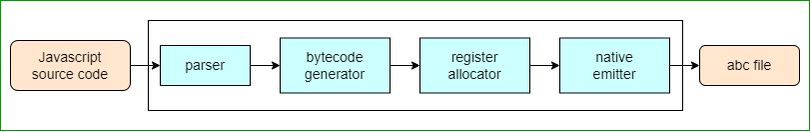
Above: figures/en-us_image_ets_frontend_arch.png in linshaoxin-maker/arkcompiler_ets_frontend (draw.io), before the change. Source tidied: cells renumbered, new cells last; positions are measured from the earlier drawing's top-left corner, leaving out a move shared by most shapes. The source it was exported from:
```xml
<mxGraphModel>
  <root>
    <mxCell id="0" />
    <mxCell id="1" parent="0" />
    <mxCell id="2" style="rounded=0;whiteSpace=wrap;html=1;fontSize=14;strokeColor=#009900;" parent="1" vertex="1">
      <mxGeometry width="810" height="130" as="geometry" />
    </mxCell>
    <mxCell id="3" style="rounded=0;whiteSpace=wrap;html=1;fontSize=14;" parent="1" vertex="1">
      <mxGeometry x="148" y="20" width="535" height="90" as="geometry" />
    </mxCell>
    <mxCell id="4" style="edgeStyle=orthogonalEdgeStyle;rounded=0;jettySize=auto;html=1;exitX=1;exitY=0.5;exitDx=0;exitDy=0;entryX=0;entryY=0.5;entryDx=0;entryDy=0;fontSize=14;" parent="1" edge="1" source="5" target="7">
      <mxGeometry relative="1" as="geometry" />
    </mxCell>
    <mxCell id="5" value="&lt;font style=&quot;font-size: 14px;&quot;&gt;Javascript&lt;br&gt;source code&lt;/font&gt;" style="rounded=1;whiteSpace=wrap;html=1;fillColor=#FFE6CC;" parent="1" vertex="1">
      <mxGeometry x="10" y="40" width="120" height="50" as="geometry" />
    </mxCell>
    <mxCell id="6" style="edgeStyle=orthogonalEdgeStyle;rounded=0;jettySize=auto;html=1;exitX=1;exitY=0.5;exitDx=0;exitDy=0;entryX=0;entryY=0.5;entryDx=0;entryDy=0;fontSize=14;" parent="1" edge="1" source="7" target="9">
      <mxGeometry relative="1" as="geometry" />
    </mxCell>
    <mxCell id="7" value="parser" style="rounded=0;whiteSpace=wrap;html=1;fontSize=14;fillColor=#CCFFFF;" parent="1" vertex="1">
      <mxGeometry x="160" y="45" width="90" height="40" as="geometry" />
    </mxCell>
    <mxCell id="8" style="edgeStyle=orthogonalEdgeStyle;rounded=0;jettySize=auto;html=1;exitX=1;exitY=0.5;exitDx=0;exitDy=0;entryX=0;entryY=0.5;entryDx=0;entryDy=0;fontSize=14;" parent="1" edge="1" source="9" target="11">
      <mxGeometry relative="1" as="geometry" />
    </mxCell>
    <mxCell id="9" value="bytecode generator" style="rounded=0;whiteSpace=wrap;html=1;fontSize=14;fillColor=#CCFFFF;" parent="1" vertex="1">
      <mxGeometry x="280" y="37.5" width="110" height="55" as="geometry" />
    </mxCell>
    <mxCell id="10" style="edgeStyle=orthogonalEdgeStyle;rounded=0;jettySize=auto;html=1;exitX=1;exitY=0.5;exitDx=0;exitDy=0;entryX=0;entryY=0.5;entryDx=0;entryDy=0;fontSize=14;" parent="1" edge="1" source="11" target="13">
      <mxGeometry relative="1" as="geometry" />
    </mxCell>
    <mxCell id="11" value="register&lt;br&gt;allocator" style="rounded=0;whiteSpace=wrap;html=1;fontSize=14;fillColor=#CCFFFF;" parent="1" vertex="1">
      <mxGeometry x="420" y="37.5" width="110" height="55" as="geometry" />
    </mxCell>
    <mxCell id="12" style="edgeStyle=orthogonalEdgeStyle;rounded=0;jettySize=auto;html=1;exitX=1;exitY=0.5;exitDx=0;exitDy=0;entryX=0;entryY=0.5;entryDx=0;entryDy=0;fontSize=14;" parent="1" edge="1" source="13" target="14">
      <mxGeometry relative="1" as="geometry" />
    </mxCell>
    <mxCell id="13" value="native&lt;br&gt;emitter" style="rounded=0;whiteSpace=wrap;html=1;fontSize=14;fillColor=#CCFFFF;" parent="1" vertex="1">
      <mxGeometry x="560" y="37.5" width="110" height="55" as="geometry" />
    </mxCell>
    <mxCell id="14" value="&lt;span style=&quot;font-size: 14px;&quot;&gt;abc file&lt;/span&gt;" style="rounded=1;whiteSpace=wrap;html=1;fillColor=#FFE6CC;" parent="1" vertex="1">
      <mxGeometry x="700" y="45" width="100" height="40" as="geometry" />
    </mxCell>
  </root>
</mxGraphModel>
```
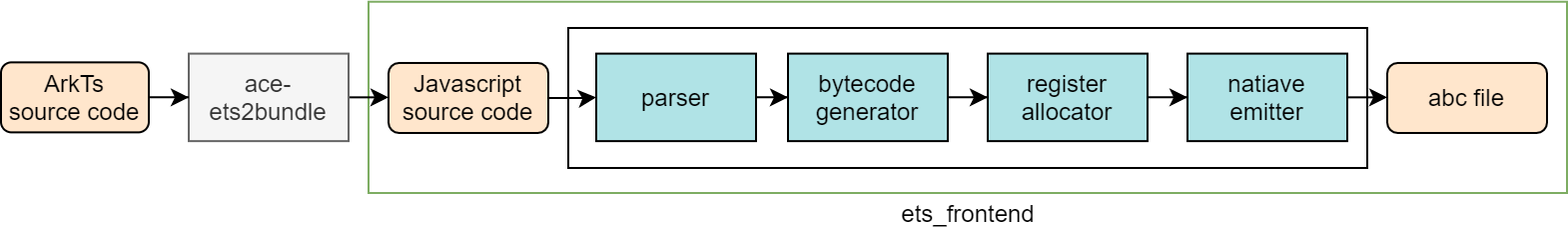
After the change.

Commit message:
Update file name in readme from ets to arkts

Diff of the diagram source:
```diff
@@ -2,44 +2,59 @@
   <root>
     <mxCell id="0" />
     <mxCell id="1" parent="0" />
-    <mxCell id="2" style="rounded=0;whiteSpace=wrap;html=1;fontSize=14;strokeColor=#009900;" parent="1" vertex="1">
-      <mxGeometry width="810" height="130" as="geometry" />
-    </mxCell>
-    <mxCell id="3" style="rounded=0;whiteSpace=wrap;html=1;fontSize=14;" parent="1" vertex="1">
-      <mxGeometry x="148" y="20" width="535" height="90" as="geometry" />
-    </mxCell>
+    <mxCell id="15" style="rounded=0;whiteSpace=wrap;html=1;strokeColor=#7EAD63;fillColor=none;" parent="1" vertex="1">
+      <mxGeometry x="260" y="404.4" width="600" height="95.6" as="geometry" />
+    </mxCell>
+    <mxCell id="16" style="rounded=0;whiteSpace=wrap;html=1;strokeColor=#000000;fillColor=none;" parent="1" vertex="1">
+      <mxGeometry x="360" y="417.5" width="400" height="70" as="geometry" />
+    </mxCell>
+    <mxCell id="17" style="edgeStyle=orthogonalEdgeStyle;rounded=0;jettySize=auto;html=1;" parent="1" edge="1" source="18" target="5">
+      <mxGeometry relative="1" as="geometry" />
+    </mxCell>
+    <mxCell id="18" value="ace-ets2bundle" style="rounded=0;whiteSpace=wrap;html=1;fillColor=#f5f5f5;fontColor=#333333;strokeColor=#666666;" parent="1" vertex="1">
+      <mxGeometry x="170" y="430.3" width="80" height="43.8" as="geometry" />
+    </mxCell>
+    <mxCell id="19" style="edgeStyle=orthogonalEdgeStyle;rounded=0;jettySize=auto;html=1;entryX=0;entryY=0.5;entryDx=0;entryDy=0;" parent="1" edge="1" source="20" target="18">
+      <mxGeometry relative="1" as="geometry" />
+    </mxCell>
+    <mxCell id="20" value="ArkTs&lt;br&gt;source code" style="rounded=1;whiteSpace=wrap;html=1;fillColor=#ffe6cc;strokeColor=#000000;" parent="1" vertex="1">
+      <mxGeometry x="76" y="434.7" width="74" height="35" as="geometry" />
+    </mxCell>
+    <mxCell id="21" value="ets_frontend" style="text;html=1;align=center;verticalAlign=middle;strokeColor=none;fillColor=none;" parent="1" vertex="1">
+      <mxGeometry x="520" y="500" width="80" height="20" as="geometry" />
+    </mxCell>
-    <mxCell id="4" style="edgeStyle=orthogonalEdgeStyle;rounded=0;jettySize=auto;html=1;exitX=1;exitY=0.5;exitDx=0;exitDy=0;entryX=0;entryY=0.5;entryDx=0;entryDy=0;fontSize=14;" parent="1" edge="1" source="5" target="7">
+    <mxCell id="4" style="edgeStyle=orthogonalEdgeStyle;rounded=0;jettySize=auto;html=1;" parent="1" edge="1" source="5" target="7">
       <mxGeometry relative="1" as="geometry" />
     </mxCell>
-    <mxCell id="5" value="&lt;font style=&quot;font-size: 14px;&quot;&gt;Javascript&lt;br&gt;source code&lt;/font&gt;" style="rounded=1;whiteSpace=wrap;html=1;fillColor=#FFE6CC;" parent="1" vertex="1">
-      <mxGeometry x="10" y="40" width="120" height="50" as="geometry" />
+    <mxCell id="5" value="Javascript&lt;br&gt;source code" style="rounded=1;whiteSpace=wrap;html=1;fillColor=#ffe6cc;strokeColor=#000000;" parent="1" vertex="1">
+      <mxGeometry x="270" y="435" width="80" height="35" as="geometry" />
     </mxCell>
+    <mxCell id="14" value="abc file" style="rounded=1;whiteSpace=wrap;html=1;fillColor=#ffe6cc;strokeColor=#000000;" parent="1" vertex="1">
+      <mxGeometry x="770" y="435" width="80" height="35" as="geometry" />
+    </mxCell>
-    <mxCell id="6" style="edgeStyle=orthogonalEdgeStyle;rounded=0;jettySize=auto;html=1;exitX=1;exitY=0.5;exitDx=0;exitDy=0;entryX=0;entryY=0.5;entryDx=0;entryDy=0;fontSize=14;" parent="1" edge="1" source="7" target="9">
+    <mxCell id="6" style="edgeStyle=orthogonalEdgeStyle;rounded=0;jettySize=auto;html=1;" parent="1" edge="1" source="7" target="9">
       <mxGeometry relative="1" as="geometry" />
     </mxCell>
-    <mxCell id="7" value="parser" style="rounded=0;whiteSpace=wrap;html=1;fontSize=14;fillColor=#CCFFFF;" parent="1" vertex="1">
-      <mxGeometry x="160" y="45" width="90" height="40" as="geometry" />
+    <mxCell id="7" value="parser" style="rounded=0;whiteSpace=wrap;html=1;fillColor=#b0e3e6;strokeColor=#000000;" parent="1" vertex="1">
+      <mxGeometry x="374" y="430.3" width="80" height="43.8" as="geometry" />
     </mxCell>
-    <mxCell id="8" style="edgeStyle=orthogonalEdgeStyle;rounded=0;jettySize=auto;html=1;exitX=1;exitY=0.5;exitDx=0;exitDy=0;entryX=0;entryY=0.5;entryDx=0;entryDy=0;fontSize=14;" parent="1" edge="1" source="9" target="11">
+    <mxCell id="8" style="edgeStyle=orthogonalEdgeStyle;rounded=0;jettySize=auto;html=1;entryX=0;entryY=0.5;entryDx=0;entryDy=0;" parent="1" edge="1" source="9" target="11">
       <mxGeometry relative="1" as="geometry" />
     </mxCell>
-    <mxCell id="9" value="bytecode generator" style="rounded=0;whiteSpace=wrap;html=1;fontSize=14;fillColor=#CCFFFF;" parent="1" vertex="1">
-      <mxGeometry x="280" y="37.5" width="110" height="55" as="geometry" />
+    <mxCell id="9" value="bytecode&lt;br&gt;generator" style="rounded=0;whiteSpace=wrap;html=1;fillColor=#b0e3e6;strokeColor=#000000;" parent="1" vertex="1">
+      <mxGeometry x="470" y="430.3" width="80" height="43.8" as="geometry" />
     </mxCell>
-    <mxCell id="10" style="edgeStyle=orthogonalEdgeStyle;rounded=0;jettySize=auto;html=1;exitX=1;exitY=0.5;exitDx=0;exitDy=0;entryX=0;entryY=0.5;entryDx=0;entryDy=0;fontSize=14;" parent="1" edge="1" source="11" target="13">
-      <mxGeometry relative="1" as="geometry" />
-    </mxCell>
+    <mxCell id="22" style="edgeStyle=orthogonalEdgeStyle;rounded=0;jettySize=auto;html=1;entryX=0;entryY=0.5;entryDx=0;entryDy=0;" parent="1" edge="1" source="23" target="14">
+      <mxGeometry relative="1" as="geometry" />
+    </mxCell>
+    <mxCell id="23" value="natiave&lt;br&gt;emitter" style="rounded=0;whiteSpace=wrap;html=1;fillColor=#b0e3e6;strokeColor=#000000;" parent="1" vertex="1">
+      <mxGeometry x="670" y="430.3" width="80" height="43.8" as="geometry" />
+    </mxCell>
+    <mxCell id="24" style="edgeStyle=orthogonalEdgeStyle;rounded=0;jettySize=auto;html=1;entryX=0;entryY=0.5;entryDx=0;entryDy=0;" parent="1" edge="1" source="11" target="23">
+      <mxGeometry relative="1" as="geometry" />
+    </mxCell>
-    <mxCell id="11" value="register&lt;br&gt;allocator" style="rounded=0;whiteSpace=wrap;html=1;fontSize=14;fillColor=#CCFFFF;" parent="1" vertex="1">
-      <mxGeometry x="420" y="37.5" width="110" height="55" as="geometry" />
+    <mxCell id="11" value="register&lt;br&gt;allocator" style="rounded=0;whiteSpace=wrap;html=1;fillColor=#b0e3e6;strokeColor=#000000;" parent="1" vertex="1">
+      <mxGeometry x="570" y="430.3" width="80" height="43.8" as="geometry" />
     </mxCell>
-    <mxCell id="12" style="edgeStyle=orthogonalEdgeStyle;rounded=0;jettySize=auto;html=1;exitX=1;exitY=0.5;exitDx=0;exitDy=0;entryX=0;entryY=0.5;entryDx=0;entryDy=0;fontSize=14;" parent="1" edge="1" source="13" target="14">
-      <mxGeometry relative="1" as="geometry" />
-    </mxCell>
-    <mxCell id="13" value="native&lt;br&gt;emitter" style="rounded=0;whiteSpace=wrap;html=1;fontSize=14;fillColor=#CCFFFF;" parent="1" vertex="1">
-      <mxGeometry x="560" y="37.5" width="110" height="55" as="geometry" />
-    </mxCell>
-    <mxCell id="14" value="&lt;span style=&quot;font-size: 14px;&quot;&gt;abc file&lt;/span&gt;" style="rounded=1;whiteSpace=wrap;html=1;fillColor=#FFE6CC;" parent="1" vertex="1">
-      <mxGeometry x="700" y="45" width="100" height="40" as="geometry" />
-    </mxCell>
   </root>
 </mxGraphModel>
```
